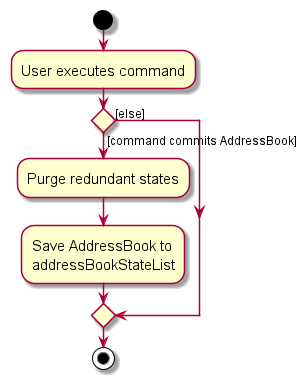
This is images/CommitActivityDiagram.png from AY2526S1-CS2103T-W08-1/tp, a PlantUML export, as it was before one commit.
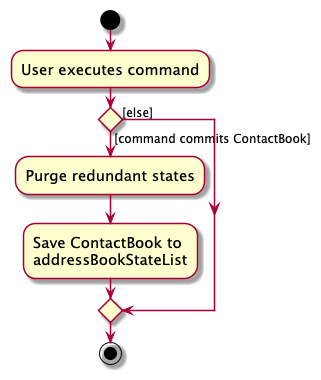
The same diagram one commit later.

Diff of the diagram source:
```diff
@@ -6,9 +6,9 @@
 :User executes command;
 
 
-if () then ([command commits AddressBook])
+if () then ([command commits ContactBook])
     :Purge redundant states;
-    :Save AddressBook to
+    :Save ContactBook to
     addressBookStateList;
 else ([else])
 endif
```
